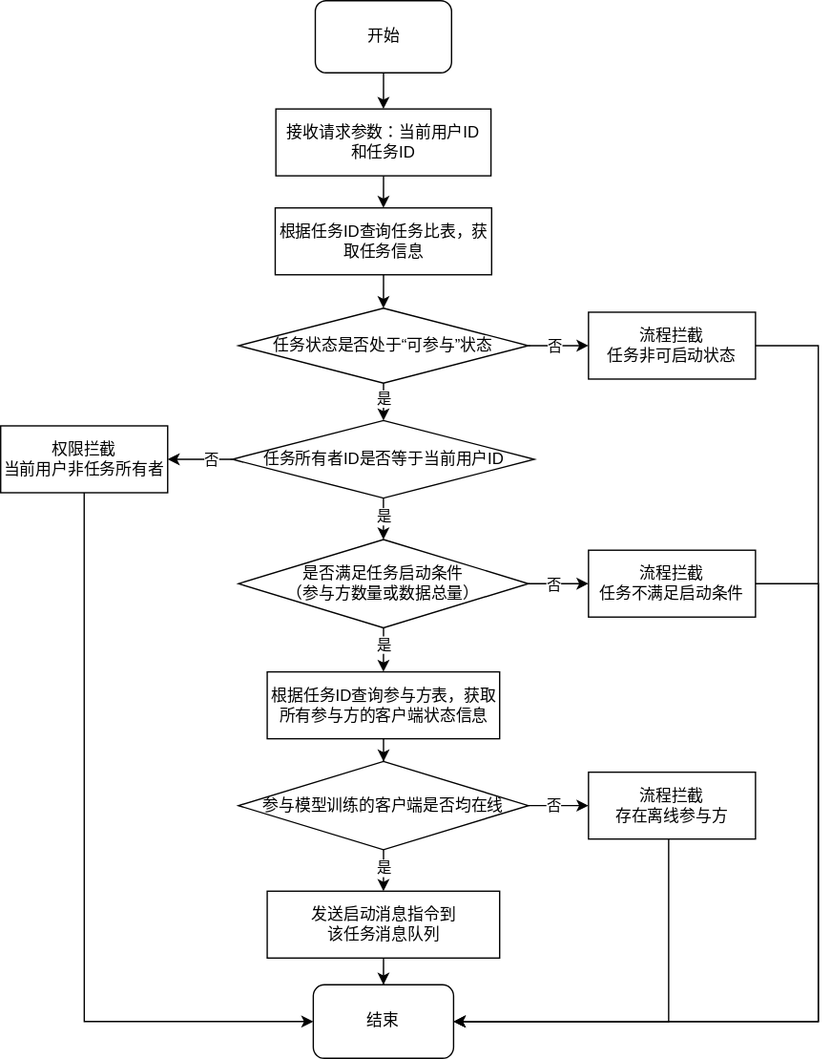
hiro942/drawio keeps this draw.io diagram as 任务启动流程图.svg. Above is the earlier version. Source tidied: cells renumbered, new cells last; positions are measured from the earlier drawing's top-left corner, leaving out a move shared by most shapes. Its diagram source:
```xml
<mxGraphModel>
  <root>
    <mxCell id="0" />
    <mxCell id="1" parent="0" />
    <mxCell id="2" value="开始" style="rounded=1;whiteSpace=wrap;html=1;" parent="1" vertex="1">
      <mxGeometry x="235.5" width="102" height="54" as="geometry" />
    </mxCell>
    <mxCell id="3" value="结束" style="rounded=1;whiteSpace=wrap;html=1;" parent="1" vertex="1">
      <mxGeometry x="234" y="736" width="105" height="55" as="geometry" />
    </mxCell>
    <mxCell id="4" style="edgeStyle=orthogonalEdgeStyle;rounded=0;jettySize=auto;html=1;entryX=0.5;entryY=0;entryDx=0;entryDy=0;" parent="1" edge="1" source="5" target="7">
      <mxGeometry relative="1" as="geometry" />
    </mxCell>
    <mxCell id="5" value="接收请求参数：当前用户ID&lt;div&gt;和任务ID&lt;/div&gt;" style="rounded=0;whiteSpace=wrap;html=1;" parent="1" vertex="1">
      <mxGeometry x="206" y="81" width="161" height="50" as="geometry" />
    </mxCell>
    <mxCell id="6" style="edgeStyle=orthogonalEdgeStyle;rounded=0;jettySize=auto;html=1;entryX=0.5;entryY=0;entryDx=0;entryDy=0;" parent="1" edge="1" source="7" target="12">
      <mxGeometry relative="1" as="geometry" />
    </mxCell>
    <mxCell id="7" value="根据任务ID查询任务比表，获取任务信息" style="rounded=0;whiteSpace=wrap;html=1;" parent="1" vertex="1">
      <mxGeometry x="205.5" y="155" width="162" height="50" as="geometry" />
    </mxCell>
    <mxCell id="8" style="edgeStyle=orthogonalEdgeStyle;rounded=0;jettySize=auto;html=1;entryX=0.5;entryY=0;entryDx=0;entryDy=0;" parent="1" edge="1" source="12" target="17">
      <mxGeometry relative="1" as="geometry" />
    </mxCell>
    <mxCell id="9" value="是" style="edgeLabel;html=1;align=center;verticalAlign=middle;" parent="8" vertex="1">
      <mxGeometry x="0.16" y="-1" relative="1" as="geometry">
        <mxPoint x="-1" y="1" as="offset" />
      </mxGeometry>
    </mxCell>
    <mxCell id="10" style="edgeStyle=orthogonalEdgeStyle;rounded=0;jettySize=auto;html=1;entryX=0;entryY=0.5;entryDx=0;entryDy=0;" parent="1" edge="1" source="12" target="14">
      <mxGeometry relative="1" as="geometry" />
    </mxCell>
    <mxCell id="11" value="否" style="edgeLabel;html=1;align=center;verticalAlign=middle;" parent="10" vertex="1">
      <mxGeometry x="-0.78" y="1" relative="1" as="geometry">
        <mxPoint x="14" y="1" as="offset" />
      </mxGeometry>
    </mxCell>
    <mxCell id="12" value="任务状态是否处于“可参与”状态" style="rhombus;whiteSpace=wrap;html=1;" parent="1" vertex="1">
      <mxGeometry x="178" y="230" width="217" height="56" as="geometry" />
    </mxCell>
    <mxCell id="13" style="edgeStyle=orthogonalEdgeStyle;rounded=0;jettySize=auto;html=1;entryX=1;entryY=0.5;entryDx=0;entryDy=0;" parent="1" edge="1" source="14" target="3">
      <mxGeometry relative="1" as="geometry">
        <Array as="points">
          <mxPoint x="612" y="258" />
          <mxPoint x="612" y="763" />
        </Array>
      </mxGeometry>
    </mxCell>
    <mxCell id="14" value="&lt;div&gt;流程拦截&lt;br&gt;&lt;/div&gt;任务非可启动状态" style="rounded=0;whiteSpace=wrap;html=1;" parent="1" vertex="1">
      <mxGeometry x="440" y="233" width="125" height="50" as="geometry" />
    </mxCell>
    <mxCell id="15" style="edgeStyle=orthogonalEdgeStyle;rounded=0;jettySize=auto;html=1;entryX=1;entryY=0.5;entryDx=0;entryDy=0;" parent="1" edge="1" source="17" target="29">
      <mxGeometry relative="1" as="geometry" />
    </mxCell>
    <mxCell id="16" value="否" style="edgeLabel;html=1;align=center;verticalAlign=middle;" parent="15" vertex="1">
      <mxGeometry x="-0.84" relative="1" as="geometry">
        <mxPoint x="-12" as="offset" />
      </mxGeometry>
    </mxCell>
    <mxCell id="17" value="任务所有者ID是否等于当前用户ID" style="rhombus;whiteSpace=wrap;html=1;" parent="1" vertex="1">
      <mxGeometry x="173.5" y="314" width="226" height="58" as="geometry" />
    </mxCell>
    <mxCell id="18" style="edgeStyle=orthogonalEdgeStyle;rounded=0;jettySize=auto;html=1;entryX=0.5;entryY=0;entryDx=0;entryDy=0;exitX=0.5;exitY=1;exitDx=0;exitDy=0;" parent="1" edge="1" source="17" target="24">
      <mxGeometry relative="1" as="geometry" />
    </mxCell>
    <mxCell id="19" value="是" style="edgeLabel;html=1;align=center;verticalAlign=middle;" parent="18" vertex="1">
      <mxGeometry x="-0.15" y="1" relative="1" as="geometry">
        <mxPoint x="-1" as="offset" />
      </mxGeometry>
    </mxCell>
    <mxCell id="20" style="edgeStyle=orthogonalEdgeStyle;rounded=0;jettySize=auto;html=1;entryX=0.5;entryY=0;entryDx=0;entryDy=0;" parent="1" edge="1" source="24" target="26">
      <mxGeometry relative="1" as="geometry" />
    </mxCell>
    <mxCell id="21" value="是" style="edgeLabel;html=1;align=center;verticalAlign=middle;" parent="20" vertex="1">
      <mxGeometry x="-0.1" y="-1" relative="1" as="geometry">
        <mxPoint x="-1" y="-6" as="offset" />
      </mxGeometry>
    </mxCell>
    <mxCell id="22" style="edgeStyle=orthogonalEdgeStyle;rounded=0;jettySize=auto;html=1;entryX=0;entryY=0.5;entryDx=0;entryDy=0;" parent="1" edge="1" source="24" target="31">
      <mxGeometry relative="1" as="geometry" />
    </mxCell>
    <mxCell id="23" value="否" style="edgeLabel;html=1;align=center;verticalAlign=middle;" parent="22" vertex="1">
      <mxGeometry x="-0.12" relative="1" as="geometry">
        <mxPoint x="-2" as="offset" />
      </mxGeometry>
    </mxCell>
    <mxCell id="24" value="是否满足任务启动条件&lt;div&gt;（参与方数量或数据总量）&lt;/div&gt;" style="rhombus;whiteSpace=wrap;html=1;" parent="1" vertex="1">
      <mxGeometry x="178" y="403" width="217" height="66" as="geometry" />
    </mxCell>
    <mxCell id="25" style="edgeStyle=orthogonalEdgeStyle;rounded=0;jettySize=auto;html=1;" parent="1" edge="1" source="26" target="36">
      <mxGeometry relative="1" as="geometry" />
    </mxCell>
    <mxCell id="26" value="根据任务ID查询参与方表，获取所有参与方的客户端状态信息" style="rounded=0;whiteSpace=wrap;html=1;" parent="1" vertex="1">
      <mxGeometry x="199.5" y="502" width="174" height="50" as="geometry" />
    </mxCell>
    <mxCell id="27" style="edgeStyle=orthogonalEdgeStyle;rounded=0;jettySize=auto;html=1;entryX=0.5;entryY=0;entryDx=0;entryDy=0;" parent="1" edge="1" source="2" target="5">
      <mxGeometry relative="1" as="geometry" />
    </mxCell>
    <mxCell id="28" style="edgeStyle=orthogonalEdgeStyle;rounded=0;jettySize=auto;html=1;entryX=0;entryY=0.5;entryDx=0;entryDy=0;exitX=0.5;exitY=1;exitDx=0;exitDy=0;" parent="1" edge="1" source="29" target="3">
      <mxGeometry relative="1" as="geometry" />
    </mxCell>
    <mxCell id="29" value="&lt;div&gt;权限拦截&lt;br&gt;&lt;/div&gt;&lt;div&gt;当前用户非任务所有者&lt;/div&gt;" style="rounded=0;whiteSpace=wrap;html=1;" parent="1" vertex="1">
      <mxGeometry y="318" width="125" height="50" as="geometry" />
    </mxCell>
    <mxCell id="30" style="edgeStyle=orthogonalEdgeStyle;rounded=0;jettySize=auto;html=1;entryX=1;entryY=0.5;entryDx=0;entryDy=0;" parent="1" edge="1" source="31" target="3">
      <mxGeometry relative="1" as="geometry">
        <Array as="points">
          <mxPoint x="612" y="436" />
          <mxPoint x="612" y="764" />
        </Array>
      </mxGeometry>
    </mxCell>
    <mxCell id="31" value="&lt;div&gt;流程拦截&lt;br&gt;&lt;/div&gt;任务不满足启动条件" style="rounded=0;whiteSpace=wrap;html=1;" parent="1" vertex="1">
      <mxGeometry x="440" y="411" width="125" height="50" as="geometry" />
    </mxCell>
    <mxCell id="32" style="edgeStyle=orthogonalEdgeStyle;rounded=0;jettySize=auto;html=1;entryX=0;entryY=0.5;entryDx=0;entryDy=0;" parent="1" edge="1" source="36" target="38">
      <mxGeometry relative="1" as="geometry" />
    </mxCell>
    <mxCell id="33" value="否" style="edgeLabel;html=1;align=center;verticalAlign=middle;" parent="32" vertex="1">
      <mxGeometry x="-0.11" y="3" relative="1" as="geometry">
        <mxPoint x="-2" y="2" as="offset" />
      </mxGeometry>
    </mxCell>
    <mxCell id="34" style="edgeStyle=orthogonalEdgeStyle;rounded=0;jettySize=auto;html=1;entryX=0.5;entryY=0;entryDx=0;entryDy=0;" parent="1" edge="1" source="36" target="40">
      <mxGeometry relative="1" as="geometry" />
    </mxCell>
    <mxCell id="35" value="是" style="edgeLabel;html=1;align=center;verticalAlign=middle;" parent="34" vertex="1">
      <mxGeometry x="0.29" relative="1" as="geometry" />
    </mxCell>
    <mxCell id="36" value="参与模型训练的客户端是否均在线" style="rhombus;whiteSpace=wrap;html=1;" parent="1" vertex="1">
      <mxGeometry x="178" y="569" width="217" height="66" as="geometry" />
    </mxCell>
    <mxCell id="37" style="edgeStyle=orthogonalEdgeStyle;rounded=0;jettySize=auto;html=1;entryX=1;entryY=0.5;entryDx=0;entryDy=0;" parent="1" edge="1" source="38" target="3">
      <mxGeometry relative="1" as="geometry">
        <Array as="points">
          <mxPoint x="500" y="764" />
        </Array>
      </mxGeometry>
    </mxCell>
    <mxCell id="38" value="&lt;div&gt;流程拦截&lt;br&gt;&lt;/div&gt;存在离线参与方" style="rounded=0;whiteSpace=wrap;html=1;" parent="1" vertex="1">
      <mxGeometry x="440" y="577" width="125" height="50" as="geometry" />
    </mxCell>
    <mxCell id="39" style="edgeStyle=orthogonalEdgeStyle;rounded=0;jettySize=auto;html=1;entryX=0.5;entryY=0;entryDx=0;entryDy=0;" parent="1" edge="1" source="40" target="3">
      <mxGeometry relative="1" as="geometry" />
    </mxCell>
    <mxCell id="40" value="发送启动消息指令到&lt;div&gt;该任务&lt;span style=&quot;background-color: initial;&quot;&gt;消息队列&lt;/span&gt;&lt;/div&gt;" style="rounded=0;whiteSpace=wrap;html=1;" parent="1" vertex="1">
      <mxGeometry x="199.5" y="666" width="174" height="50" as="geometry" />
    </mxCell>
  </root>
</mxGraphModel>
```
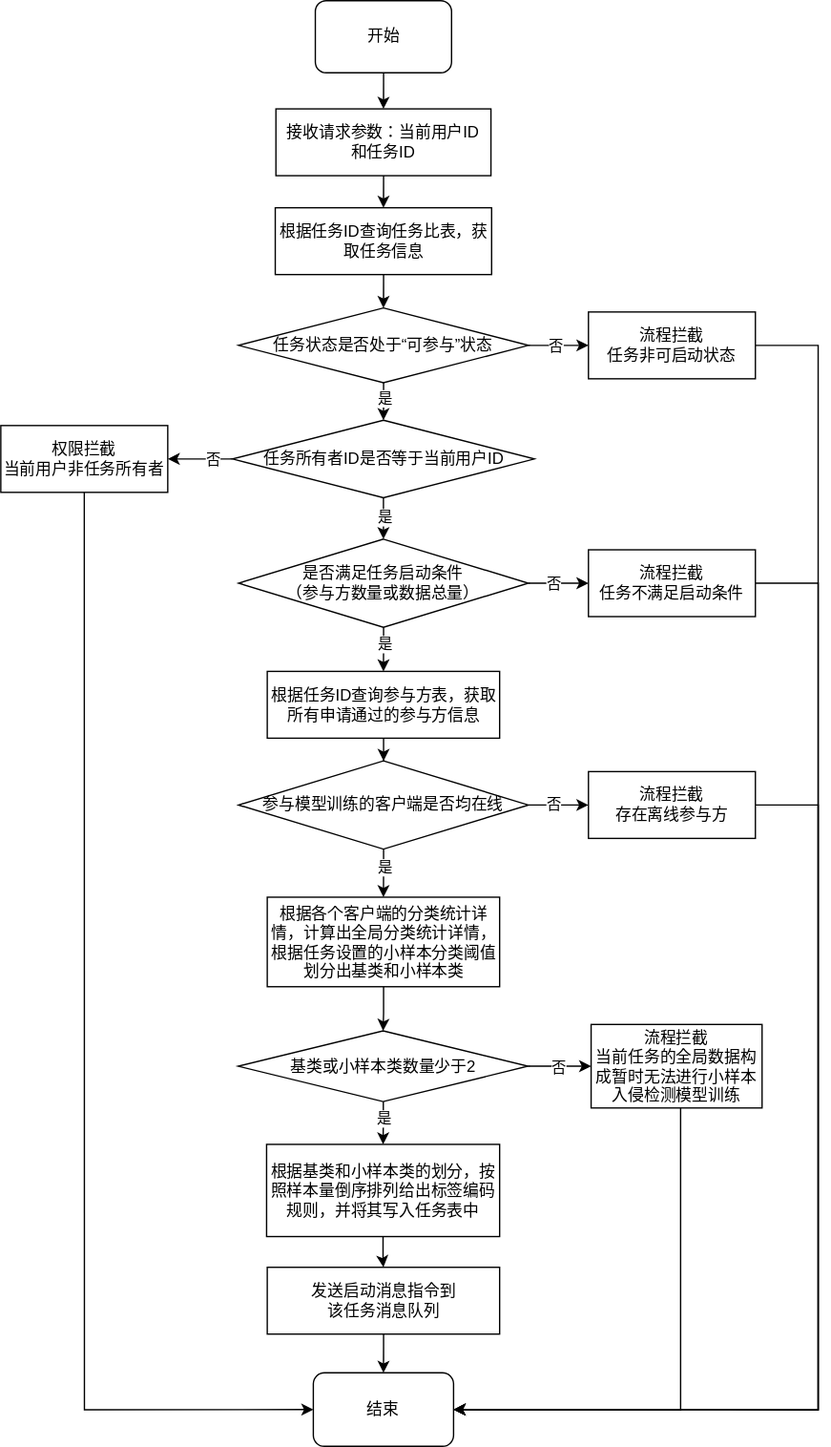
After the change.

Commit message:
更新任务启动流程图.svg

Diff of the diagram source:
```diff
@@ -6,7 +6,7 @@
       <mxGeometry x="235.5" width="102" height="54" as="geometry" />
     </mxCell>
     <mxCell id="3" value="结束" style="rounded=1;whiteSpace=wrap;html=1;" parent="1" vertex="1">
-      <mxGeometry x="234" y="736" width="105" height="55" as="geometry" />
+      <mxGeometry x="234" y="1027" width="105" height="55" as="geometry" />
     </mxCell>
     <mxCell id="4" style="edgeStyle=orthogonalEdgeStyle;rounded=0;jettySize=auto;html=1;entryX=0.5;entryY=0;entryDx=0;entryDy=0;" parent="1" edge="1" source="5" target="7">
       <mxGeometry relative="1" as="geometry" />
@@ -43,7 +43,7 @@
       <mxGeometry relative="1" as="geometry">
         <Array as="points">
           <mxPoint x="612" y="258" />
-          <mxPoint x="612" y="763" />
+          <mxPoint x="612" y="1055" />
         </Array>
       </mxGeometry>
     </mxCell>
@@ -91,7 +91,7 @@
     <mxCell id="25" style="edgeStyle=orthogonalEdgeStyle;rounded=0;jettySize=auto;html=1;" parent="1" edge="1" source="26" target="36">
       <mxGeometry relative="1" as="geometry" />
     </mxCell>
-    <mxCell id="26" value="根据任务ID查询参与方表，获取所有参与方的客户端状态信息" style="rounded=0;whiteSpace=wrap;html=1;" parent="1" vertex="1">
+    <mxCell id="26" value="根据任务ID查询参与方表，获取所有申请通过的参与方信息" style="rounded=0;whiteSpace=wrap;html=1;" parent="1" vertex="1">
       <mxGeometry x="199.5" y="502" width="174" height="50" as="geometry" />
     </mxCell>
     <mxCell id="27" style="edgeStyle=orthogonalEdgeStyle;rounded=0;jettySize=auto;html=1;entryX=0.5;entryY=0;entryDx=0;entryDy=0;" parent="1" edge="1" source="2" target="5">
@@ -107,7 +107,7 @@
       <mxGeometry relative="1" as="geometry">
         <Array as="points">
           <mxPoint x="612" y="436" />
-          <mxPoint x="612" y="764" />
+          <mxPoint x="612" y="1055" />
         </Array>
       </mxGeometry>
     </mxCell>
@@ -122,19 +122,22 @@
         <mxPoint x="-2" y="2" as="offset" />
       </mxGeometry>
     </mxCell>
-    <mxCell id="34" style="edgeStyle=orthogonalEdgeStyle;rounded=0;jettySize=auto;html=1;entryX=0.5;entryY=0;entryDx=0;entryDy=0;" parent="1" edge="1" source="36" target="40">
+    <mxCell id="34" style="edgeStyle=orthogonalEdgeStyle;rounded=0;jettySize=auto;html=1;entryX=0.5;entryY=0;entryDx=0;entryDy=0;" parent="1" edge="1" source="36" target="42">
       <mxGeometry relative="1" as="geometry" />
     </mxCell>
     <mxCell id="35" value="是" style="edgeLabel;html=1;align=center;verticalAlign=middle;" parent="34" vertex="1">
-      <mxGeometry x="0.29" relative="1" as="geometry" />
+      <mxGeometry x="0.29" relative="1" as="geometry">
+        <mxPoint y="-7" as="offset" />
+      </mxGeometry>
     </mxCell>
     <mxCell id="36" value="参与模型训练的客户端是否均在线" style="rhombus;whiteSpace=wrap;html=1;" parent="1" vertex="1">
       <mxGeometry x="178" y="569" width="217" height="66" as="geometry" />
     </mxCell>
-    <mxCell id="37" style="edgeStyle=orthogonalEdgeStyle;rounded=0;jettySize=auto;html=1;entryX=1;entryY=0.5;entryDx=0;entryDy=0;" parent="1" edge="1" source="38" target="3">
+    <mxCell id="37" style="edgeStyle=orthogonalEdgeStyle;rounded=0;jettySize=auto;html=1;entryX=1;entryY=0.5;entryDx=0;entryDy=0;exitX=1;exitY=0.5;exitDx=0;exitDy=0;" parent="1" edge="1" source="38" target="3">
       <mxGeometry relative="1" as="geometry">
         <Array as="points">
-          <mxPoint x="500" y="764" />
+          <mxPoint x="612" y="602" />
+          <mxPoint x="612" y="1055" />
         </Array>
       </mxGeometry>
     </mxCell>
@@ -145,7 +148,46 @@
       <mxGeometry relative="1" as="geometry" />
     </mxCell>
     <mxCell id="40" value="发送启动消息指令到&lt;div&gt;该任务&lt;span style=&quot;background-color: initial;&quot;&gt;消息队列&lt;/span&gt;&lt;/div&gt;" style="rounded=0;whiteSpace=wrap;html=1;" parent="1" vertex="1">
-      <mxGeometry x="199.5" y="666" width="174" height="50" as="geometry" />
+      <mxGeometry x="199.5" y="948" width="174" height="50" as="geometry" />
     </mxCell>
+    <mxCell id="41" style="edgeStyle=orthogonalEdgeStyle;rounded=0;jettySize=auto;html=1;entryX=0.5;entryY=0;entryDx=0;entryDy=0;" parent="1" edge="1" source="42" target="47">
+      <mxGeometry relative="1" as="geometry" />
+    </mxCell>
+    <mxCell id="42" value="根据各个客户端的分类统计详情，计算出全局分类统计详情，根据任务设置的小样本分类阈值划分出基类和小样本类" style="rounded=0;whiteSpace=wrap;html=1;" parent="1" vertex="1">
+      <mxGeometry x="199.5" y="671" width="174" height="67" as="geometry" />
+    </mxCell>
+    <mxCell id="43" style="edgeStyle=orthogonalEdgeStyle;rounded=0;jettySize=auto;html=1;entryX=0.5;entryY=0;entryDx=0;entryDy=0;" parent="1" edge="1" source="47" target="51">
+      <mxGeometry relative="1" as="geometry" />
+    </mxCell>
+    <mxCell id="44" value="是" style="edgeLabel;html=1;align=center;verticalAlign=middle;" parent="43" vertex="1">
+      <mxGeometry x="-0.5" y="3" relative="1" as="geometry">
+        <mxPoint x="-3" as="offset" />
+      </mxGeometry>
+    </mxCell>
+    <mxCell id="45" style="edgeStyle=orthogonalEdgeStyle;rounded=0;jettySize=auto;html=1;entryX=0;entryY=0.5;entryDx=0;entryDy=0;" parent="1" edge="1" source="47" target="49">
+      <mxGeometry relative="1" as="geometry" />
+    </mxCell>
+    <mxCell id="46" value="否" style="edgeLabel;html=1;align=center;verticalAlign=middle;" parent="45" vertex="1">
+      <mxGeometry x="-0.1" relative="1" as="geometry" />
+    </mxCell>
+    <mxCell id="47" value="基类或小样本类数量少于2" style="rhombus;whiteSpace=wrap;html=1;" parent="1" vertex="1">
+      <mxGeometry x="177.8" y="771" width="217" height="53" as="geometry" />
+    </mxCell>
+    <mxCell id="48" style="edgeStyle=orthogonalEdgeStyle;rounded=0;jettySize=auto;html=1;entryX=1;entryY=0.5;entryDx=0;entryDy=0;" parent="1" edge="1" source="49" target="3">
+      <mxGeometry relative="1" as="geometry">
+        <Array as="points">
+          <mxPoint x="509" y="1055" />
+        </Array>
+      </mxGeometry>
+    </mxCell>
+    <mxCell id="49" value="&lt;div&gt;流程拦截&lt;br&gt;&lt;/div&gt;当前任务的全局数据构成暂时无法进行小样本入侵检测模型训练" style="rounded=0;whiteSpace=wrap;html=1;" parent="1" vertex="1">
+      <mxGeometry x="442" y="766.2" width="128" height="62.5" as="geometry" />
+    </mxCell>
+    <mxCell id="50" style="edgeStyle=orthogonalEdgeStyle;rounded=0;jettySize=auto;html=1;entryX=0.5;entryY=0;entryDx=0;entryDy=0;" parent="1" edge="1" source="51" target="40">
+      <mxGeometry relative="1" as="geometry" />
+    </mxCell>
+    <mxCell id="51" value="根据基类和小样本类的划分，按照样本量倒序排列给出标签编码规则，并将其写入任务表中&lt;div&gt;&lt;/div&gt;" style="rounded=0;whiteSpace=wrap;html=1;" parent="1" vertex="1">
+      <mxGeometry x="199" y="856" width="174.5" height="69" as="geometry" />
+    </mxCell>
   </root>
 </mxGraphModel>
```
